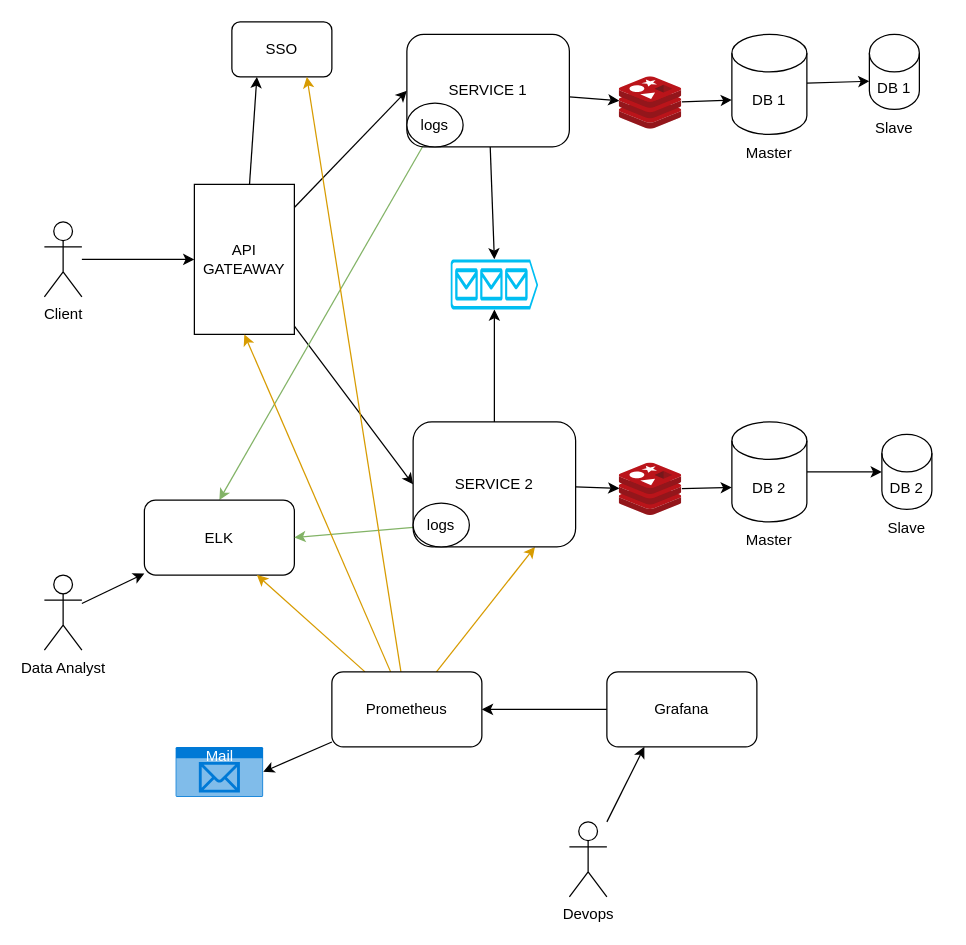
Earlier version of the draw.io diagram diagrams.drawio (CuTrung/directory-structure). Source tidied: cells renumbered, new cells numbered last; positions are measured from the earlier drawing's top-left corner, leaving out a move shared by most shapes. Both pictures are drawn from the tidied source at 125%, with x=0, y=0 at pixel (44, 21).
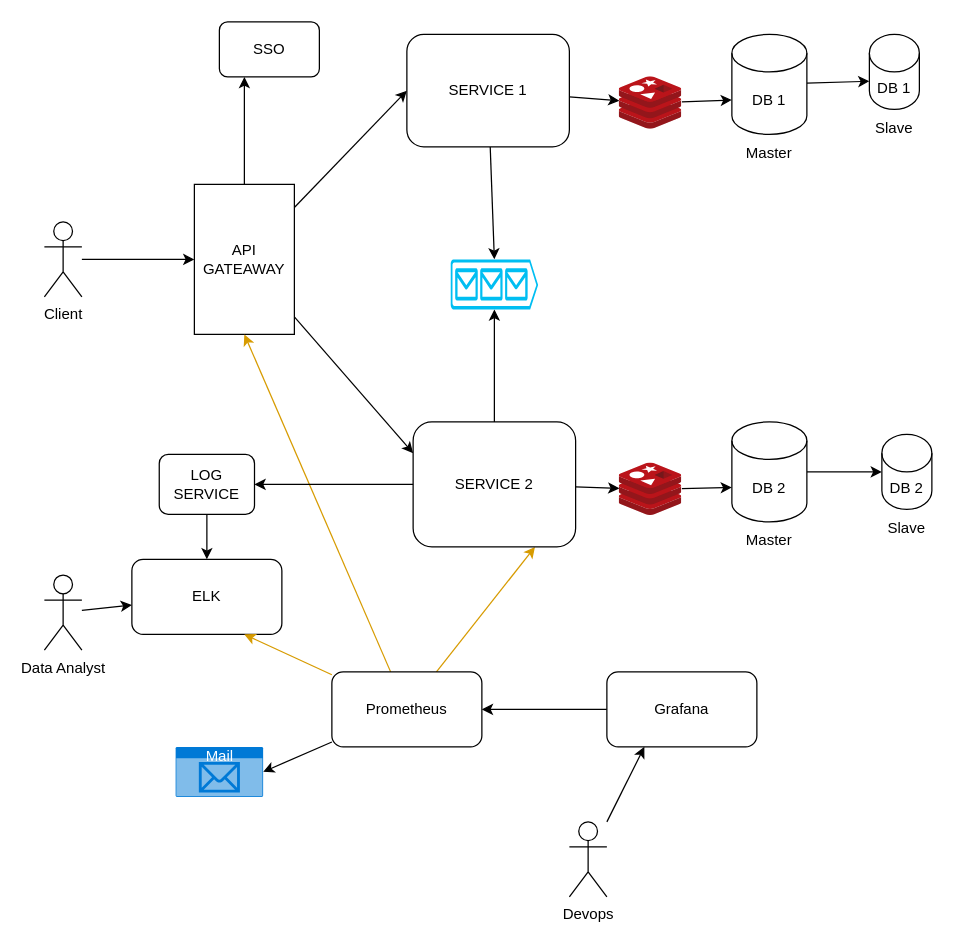
After the change.

Unchanged cells that the change refers to:
```xml
<mxCell id="7" value="API GATEAWAY" style="rounded=0;whiteSpace=wrap;html=1;direction=south;" parent="1" vertex="1">
  <mxGeometry x="120" y="130" width="80" height="120" as="geometry" />
</mxCell>
<mxCell id="42" value="Prometheus" style="rounded=1;whiteSpace=wrap;html=1;" parent="1" vertex="1">
  <mxGeometry x="230" y="520" width="120" height="60" as="geometry" />
</mxCell>
<mxCell id="46" style="group;" parent="1" vertex="1">
  <mxGeometry x="295" y="320" width="130" height="100" as="geometry" />
</mxCell>
<mxCell id="47" value="SERVICE 2" style="rounded=1;whiteSpace=wrap;html=1;" parent="46" vertex="1">
  <mxGeometry width="130" height="100" as="geometry" />
</mxCell>
<mxCell id="49" style="group;" parent="1" vertex="1">
  <mxGeometry x="290" y="10" width="130" height="90" as="geometry" />
</mxCell>
```

Diff of the diagram source:
```diff
@@
-    <mxCell id="5" style="edgeStyle=none;html=1;entryX=0;entryY=0.5;entryDx=0;entryDy=0;" parent="1" edge="1" source="7" target="47">
+    <mxCell id="5" style="edgeStyle=none;html=1;entryX=0;entryY=0.25;entryDx=0;entryDy=0;" parent="1" edge="1" source="7" target="47">
       <mxGeometry relative="1" as="geometry" />
     </mxCell>
@@
-    <mxCell id="27" style="edgeStyle=none;html=1;entryX=0.5;entryY=0;entryDx=0;entryDy=0;fillColor=#d5e8d4;gradientColor=#97d077;strokeColor=#82b366;" parent="1" edge="1" source="51" target="28">
-      <mxGeometry relative="1" as="geometry" />
-    </mxCell>
     <mxCell id="28" value="ELK" style="rounded=1;whiteSpace=wrap;html=1;" parent="1" vertex="1">
-      <mxGeometry x="80" y="382.5" width="120" height="60" as="geometry" />
+      <mxGeometry x="70" y="430" width="120" height="60" as="geometry" />
     </mxCell>
-    <mxCell id="29" style="edgeStyle=none;html=1;entryX=1;entryY=0.5;entryDx=0;entryDy=0;fillColor=#d5e8d4;gradientColor=#97d077;strokeColor=#82b366;" parent="1" edge="1" source="48" target="28">
-      <mxGeometry relative="1" as="geometry" />
-    </mxCell>
@@
     <mxCell id="36" value="SSO" style="rounded=1;whiteSpace=wrap;html=1;horizontal=1;labelPosition=center;verticalLabelPosition=middle;align=center;verticalAlign=middle;" parent="1" vertex="1">
-      <mxGeometry x="150" width="80" height="44" as="geometry" />
+      <mxGeometry x="140" width="80" height="44" as="geometry" />
     </mxCell>
@@
-    <mxCell id="41" style="edgeStyle=none;html=1;entryX=0.75;entryY=1;entryDx=0;entryDy=0;labelBorderColor=none;fontColor=#FFFFFF;fillColor=#ffcd28;gradientColor=#ffa500;strokeColor=#d79b00;" parent="1" edge="1" source="42" target="36">
-      <mxGeometry relative="1" as="geometry" />
-    </mxCell>
@@
-    <mxCell id="48" value="logs" style="ellipse;whiteSpace=wrap;html=1;" parent="46" vertex="1">
-      <mxGeometry y="65" width="45" height="35" as="geometry" />
-    </mxCell>
@@
-    <mxCell id="51" value="logs" style="ellipse;whiteSpace=wrap;html=1;" parent="49" vertex="1">
-      <mxGeometry y="55" width="45" height="35" as="geometry" />
-    </mxCell>
@@
+    <mxCell id="54" style="group;" parent="1" vertex="1">
+      <mxGeometry x="75" y="330" width="110" height="80" as="geometry" />
+    </mxCell>
+    <mxCell id="55" value="LOG SERVICE" style="rounded=1;whiteSpace=wrap;html=1;" parent="54" vertex="1">
+      <mxGeometry x="16.9" y="16" width="76.2" height="48" as="geometry" />
+    </mxCell>
+    <mxCell id="56" style="edgeStyle=none;html=1;entryX=0.5;entryY=0;entryDx=0;entryDy=0;" parent="1" edge="1" source="55" target="28">
+      <mxGeometry relative="1" as="geometry" />
+    </mxCell>
+    <mxCell id="57" style="edgeStyle=none;html=1;entryX=1;entryY=0.5;entryDx=0;entryDy=0;" parent="1" edge="1" source="47" target="55">
+      <mxGeometry relative="1" as="geometry" />
+    </mxCell>
```
